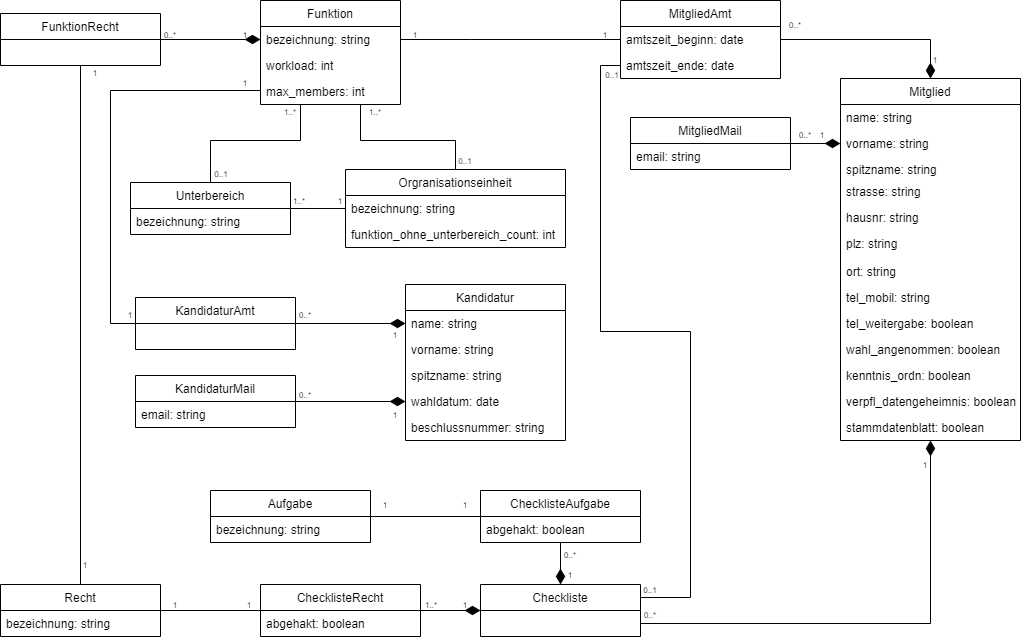
The draw.io diagram Entwicklerdokumentation/ED-images/Klassendiagramm.png in ManuelaZiesche/Projektbericht, before a commit. Source tidied: cells renumbered, new cells last; positions are measured from the earlier drawing's top-left corner, leaving out a move shared by most shapes.
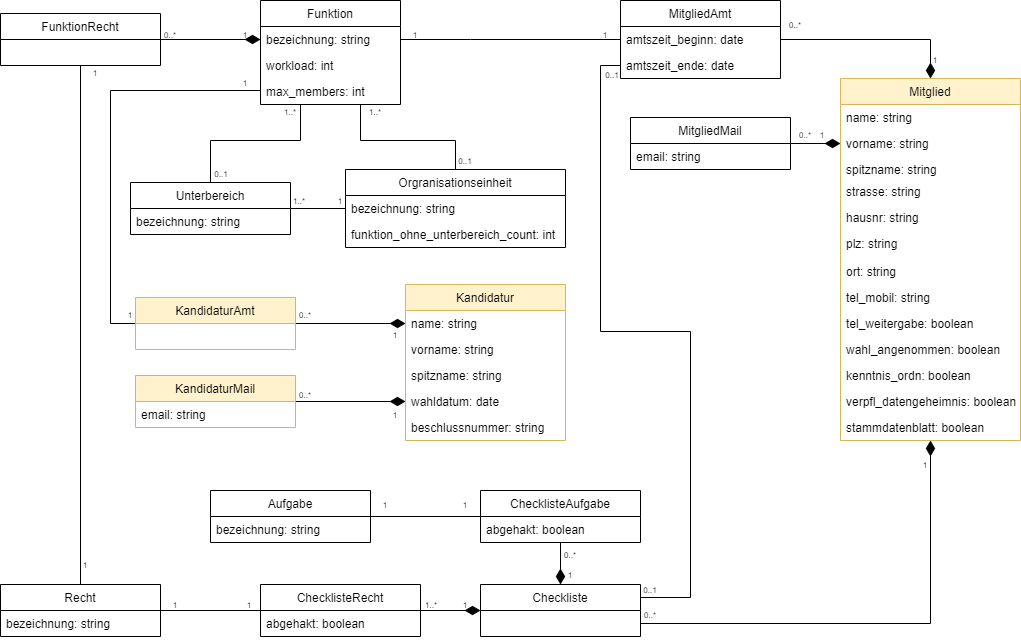
Later version of the same file.

Commit message:
Diagramme überrbeitet

What changed in the source:
```diff
@@ -101,7 +101,7 @@
     <mxCell id="29" value="abgehakt: boolean" style="text;strokeColor=none;fillColor=none;align=left;verticalAlign=top;spacingLeft=4;spacingRight=4;overflow=hidden;" parent="28" vertex="1">
       <mxGeometry y="26" width="160" height="26" as="geometry" />
     </mxCell>
-    <mxCell id="30" value="Kandidatur" style="swimlane;fontStyle=0;horizontal=1;startSize=26;" parent="1" vertex="1">
+    <mxCell id="30" value="Kandidatur" style="swimlane;fontStyle=0;horizontal=1;startSize=26;fillColor=#fff2cc;strokeColor=#d6b656;" parent="1" vertex="1">
       <mxGeometry x="405" y="284" width="160" height="156" as="geometry" />
     </mxCell>
     <mxCell id="31" value="name: string" style="text;strokeColor=none;fillColor=none;align=left;verticalAlign=top;spacingLeft=4;spacingRight=4;overflow=hidden;points=[[0,0.5],[1,0.5]];portConstraint=eastwest;" parent="30" vertex="1">
@@ -131,13 +131,13 @@
         </Array>
       </mxGeometry>
     </mxCell>
-    <mxCell id="38" value="KandidaturAmt" style="swimlane;fontStyle=0;horizontal=1;startSize=26;" parent="1" vertex="1">
+    <mxCell id="38" value="KandidaturAmt" style="swimlane;fontStyle=0;horizontal=1;startSize=26;fillColor=#fff2cc;strokeColor=#d6b656;" parent="1" vertex="1">
       <mxGeometry x="135" y="297" width="160" height="52" as="geometry" />
     </mxCell>
     <mxCell id="39" style="edgeStyle=orthogonalEdgeStyle;rounded=0;jettySize=auto;html=1;entryX=0;entryY=0.5;entryDx=0;entryDy=0;endArrow=diamondThin;endFill=1;startArrow=none;startFill=0;endSize=13;startSize=13;" parent="1" edge="1" source="40" target="34">
       <mxGeometry relative="1" as="geometry" />
     </mxCell>
-    <mxCell id="40" value="KandidaturMail" style="swimlane;fontStyle=0;horizontal=1;startSize=26;" parent="1" vertex="1">
+    <mxCell id="40" value="KandidaturMail" style="swimlane;fontStyle=0;horizontal=1;startSize=26;fillColor=#fff2cc;strokeColor=#d6b656;" parent="1" vertex="1">
       <mxGeometry x="135" y="375" width="160" height="52" as="geometry" />
     </mxCell>
     <mxCell id="41" value="email: string" style="text;strokeColor=none;fillColor=none;align=left;verticalAlign=top;spacingLeft=4;spacingRight=4;overflow=hidden;" parent="40" vertex="1">
@@ -150,7 +150,7 @@
         </Array>
       </mxGeometry>
     </mxCell>
-    <mxCell id="43" value="Mitglied" style="swimlane;fontStyle=0;horizontal=1;startSize=26;" parent="1" vertex="1">
+    <mxCell id="43" value="Mitglied" style="swimlane;fontStyle=0;horizontal=1;startSize=26;fillColor=#fff2cc;strokeColor=#d6b656;" parent="1" vertex="1">
       <mxGeometry x="840" y="78" width="180" height="362" as="geometry" />
     </mxCell>
     <mxCell id="44" value="name: string" style="text;strokeColor=none;fillColor=none;align=left;verticalAlign=top;spacingLeft=4;spacingRight=4;overflow=hidden;" parent="43" vertex="1">
```
